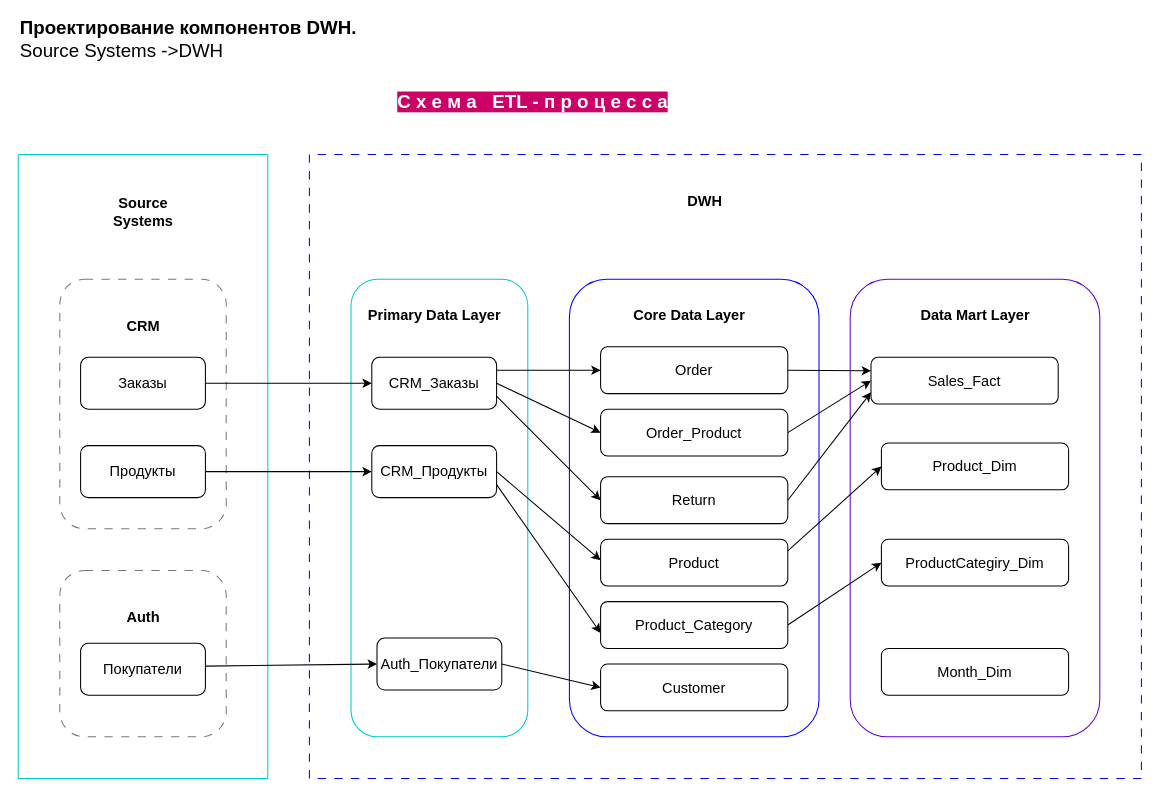
ElenaTratsevskaya/Planning-DWH-components-in-drawio keeps this draw.io diagram as page "ETL-процессы" (3 of 3) of Planning DWH components.drawio. Above is the earlier version. Source tidied: cells renumbered, new cells numbered last; positions are measured from the earlier drawing's top-left corner, leaving out a move shared by most shapes. Both pictures are drawn from the tidied source at 104%, with x=0, y=0 at pixel (18, 19).
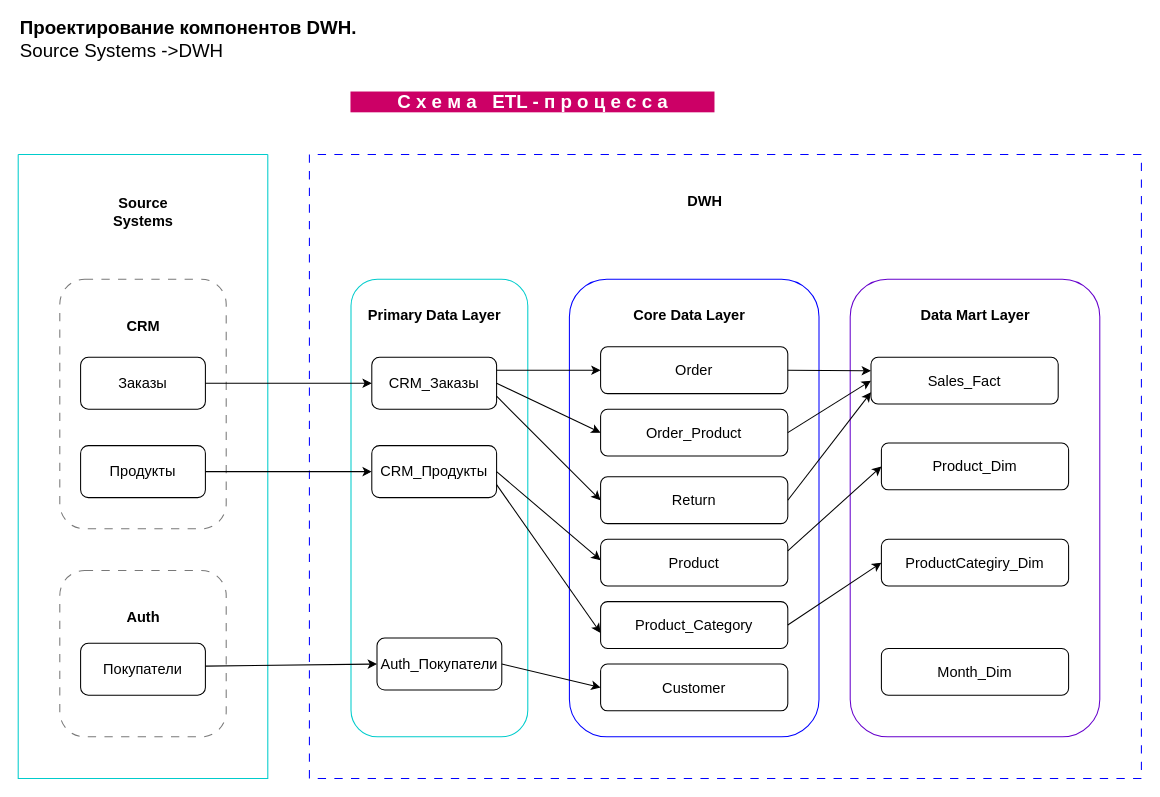
The same page after the edit.

The edit, as a diff of the source:
```diff
@@
-    <mxCell id="46" value="&lt;font color=&quot;#ffffff&quot; style=&quot;font-size: 18px;&quot;&gt;&lt;b style=&quot;background-color: rgb(204, 0, 102);&quot;&gt;С х е м а&amp;nbsp; &amp;nbsp;ETL - п р о ц е с с а&lt;/b&gt;&lt;/font&gt;" style="text;html=1;strokeColor=none;fillColor=none;align=center;verticalAlign=middle;whiteSpace=wrap;rounded=0;" parent="1" vertex="1">
+    <mxCell id="46" value="&lt;font color=&quot;#ffffff&quot; style=&quot;font-size: 18px;&quot;&gt;&lt;b style=&quot;background-color: rgb(204, 0, 102);&quot;&gt;&amp;nbsp; &amp;nbsp; &amp;nbsp; &amp;nbsp; &amp;nbsp;С х е м а&amp;nbsp; &amp;nbsp;ETL - п р о ц е с с а&amp;nbsp; &amp;nbsp; &amp;nbsp; &amp;nbsp; &amp;nbsp;&lt;/b&gt;&lt;/font&gt;" style="text;html=1;strokeColor=none;fillColor=none;align=center;verticalAlign=middle;whiteSpace=wrap;rounded=0;" parent="1" vertex="1">
       <mxGeometry x="260" y="60" width="470" height="40" as="geometry" />
     </mxCell>
```
